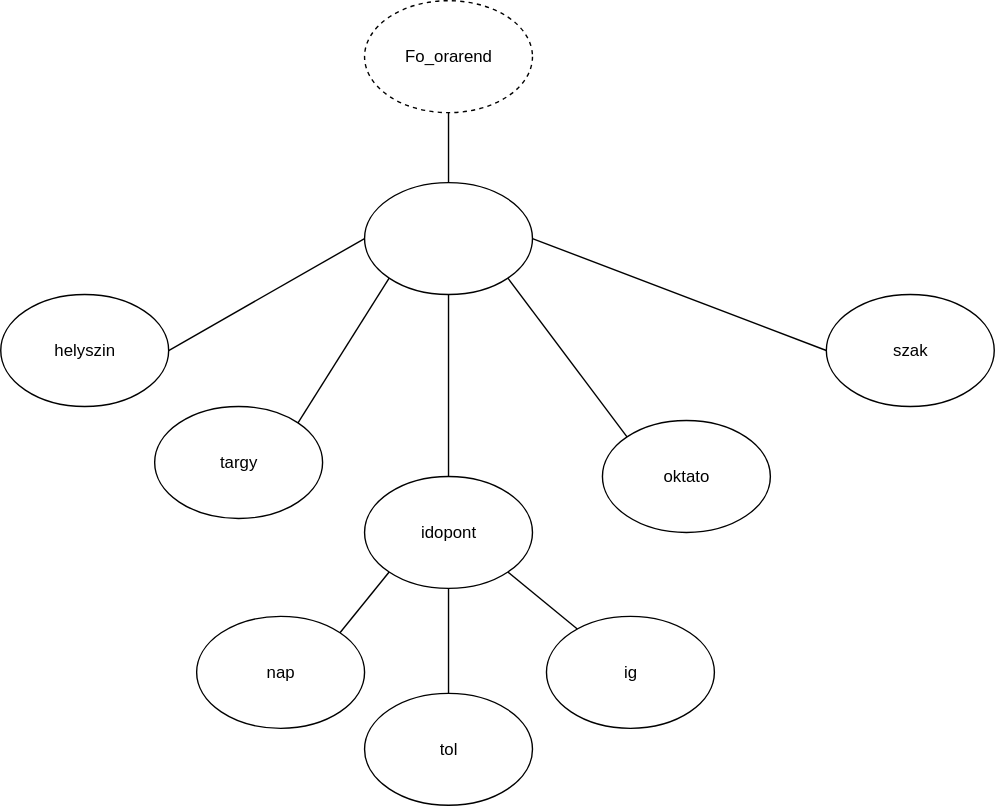
Before: VTJ4ES_0917/VTJ4ESorarendXDM.svg, a diagram exported from draw.io (takacsakos12/VTJ4ESWebXML). Source tidied: cells renumbered, new cells last; positions are measured from the earlier drawing's top-left corner, leaving out a move shared by most shapes.
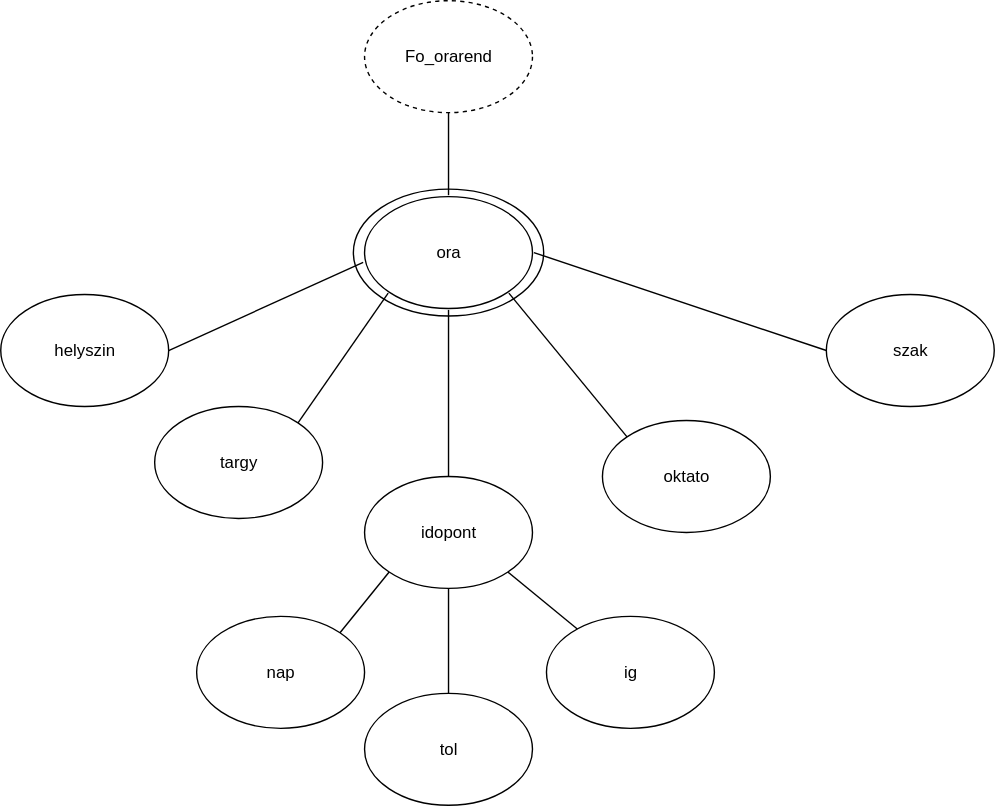
Later version of the same file.

The edit, as a diff of the source:
```diff
@@ -2,11 +2,14 @@
   <root>
     <mxCell id="0" />
     <mxCell id="1" parent="0" />
+    <mxCell id="21" style="ellipse;whiteSpace=wrap;html=1;" parent="1" vertex="1">
+      <mxGeometry x="252" y="134.6" width="136" height="90.7" as="geometry" />
+    </mxCell>
     <mxCell id="2" value="Fo_orarend" style="ellipse;whiteSpace=wrap;html=1;dashed=1;" parent="1" vertex="1">
       <mxGeometry x="260" width="120" height="80" as="geometry" />
     </mxCell>
-    <mxCell id="3" style="ellipse;whiteSpace=wrap;html=1;" parent="1" vertex="1">
-      <mxGeometry x="260" y="130" width="120" height="80" as="geometry" />
+    <mxCell id="3" value="ora" style="ellipse;whiteSpace=wrap;html=1;perimeterSpacing=1;gradientColor=none;shadow=0;" parent="1" vertex="1">
+      <mxGeometry x="260" y="140" width="120" height="80" as="geometry" />
     </mxCell>
     <mxCell id="4" style="endArrow=none;html=1;rounded=0;entryX=0.5;entryY=0;entryDx=0;entryDy=0;exitX=0.5;exitY=1;exitDx=0;exitDy=0;" parent="1" edge="1" source="2" target="3">
       <mxGeometry relative="1" as="geometry" />
@@ -35,7 +38,7 @@
     <mxCell id="12" style="endArrow=none;html=1;rounded=0;exitX=0;exitY=0;exitDx=0;exitDy=0;entryX=1;entryY=1;entryDx=0;entryDy=0;" parent="1" edge="1" source="9" target="3">
       <mxGeometry relative="1" as="geometry" />
     </mxCell>
-    <mxCell id="13" style="endArrow=none;html=1;rounded=0;entryX=1;entryY=0.5;entryDx=0;entryDy=0;exitX=0;exitY=0.5;exitDx=0;exitDy=0;" parent="1" edge="1" source="3" target="8">
+    <mxCell id="13" style="endArrow=none;html=1;rounded=0;entryX=1;entryY=0.5;entryDx=0;entryDy=0;exitX=0;exitY=0.585;exitDx=0;exitDy=0;exitPerimeter=0;" parent="1" edge="1" source="3" target="8">
       <mxGeometry relative="1" as="geometry" />
     </mxCell>
     <mxCell id="14" style="endArrow=none;html=1;rounded=0;exitX=0;exitY=0.5;exitDx=0;exitDy=0;entryX=1;entryY=0.5;entryDx=0;entryDy=0;" parent="1" edge="1" source="10" target="3">
```
